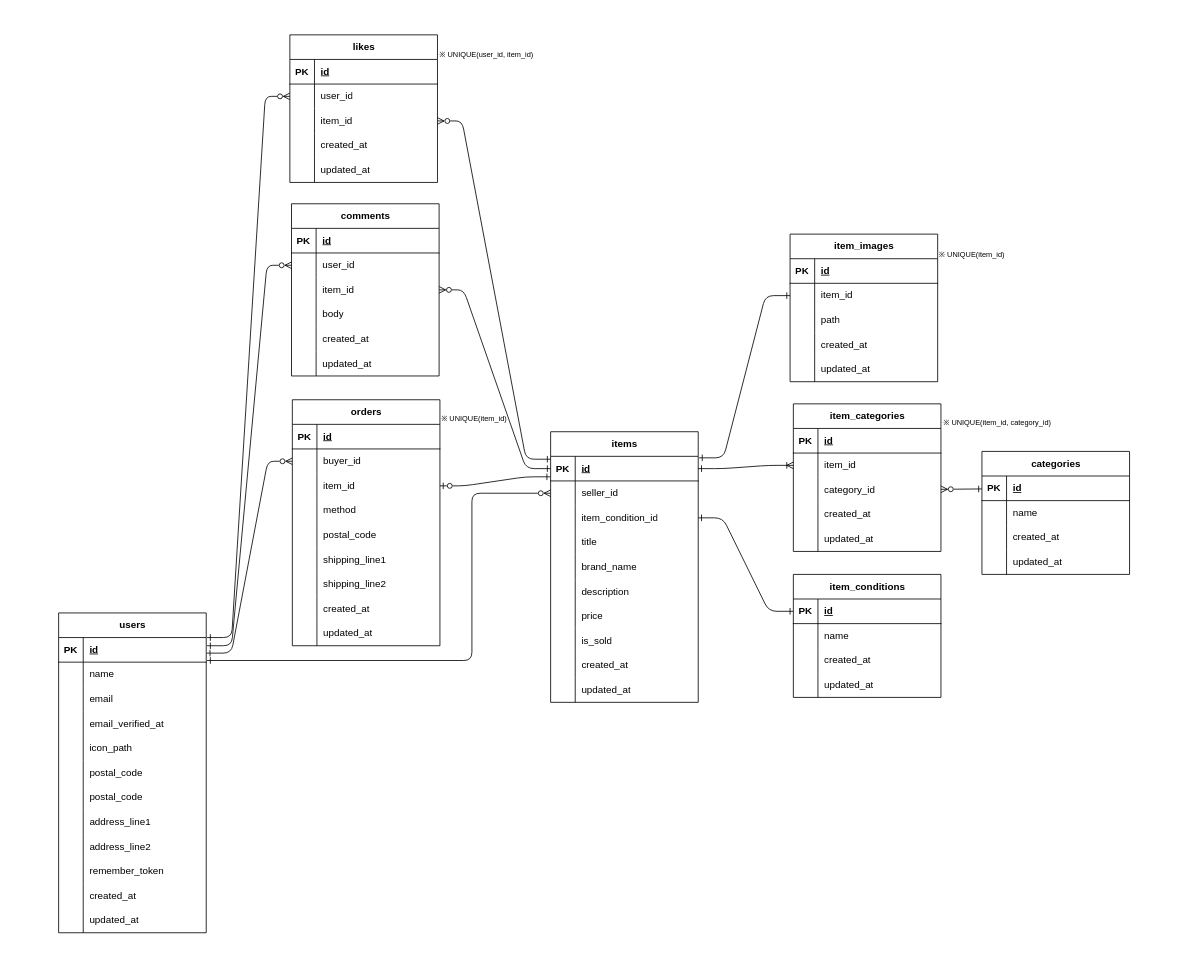
Earlier version of the draw.io diagram er.drawio (marikoinukai/mock1-flea-market). Source tidied: cells renumbered, new cells numbered last; positions are measured from the earlier drawing's top-left corner, leaving out a move shared by most shapes. Both pictures are drawn from the tidied source at 82%, with x=0, y=0 at pixel (14, -357).
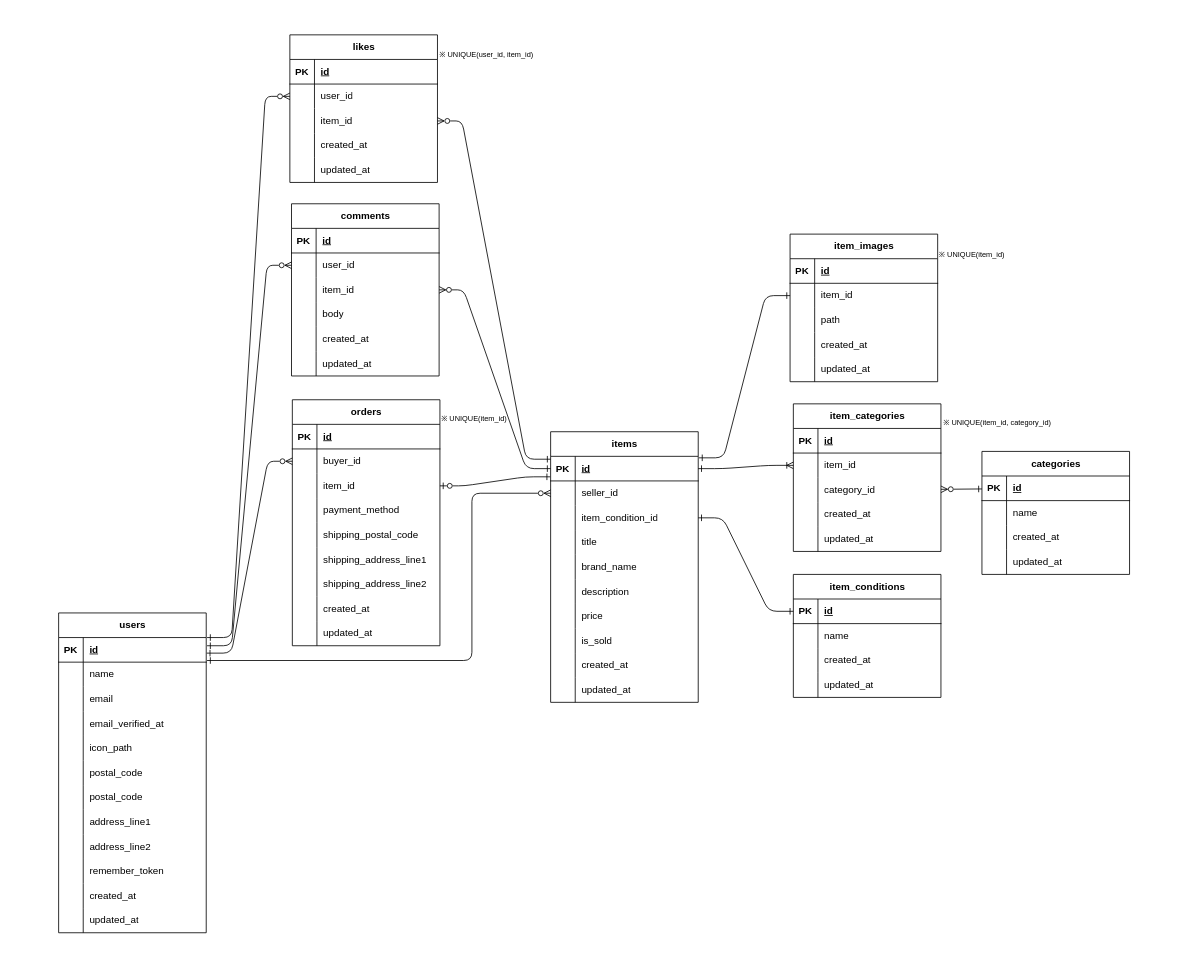
Above is the later version.

The change refers to these unchanged cells:
```xml
<mxCell id="140" style="shape=tableRow;horizontal=0;startSize=0;swimlaneHead=0;swimlaneBody=0;fillColor=none;top=0;left=0;right=0;bottom=0;" parent="130" vertex="1">
  <mxGeometry y="120" width="180" height="30" as="geometry" />
</mxCell>
<mxCell id="143" style="shape=tableRow;horizontal=0;startSize=0;swimlaneHead=0;swimlaneBody=0;fillColor=none;top=0;left=0;right=0;bottom=0;" parent="130" vertex="1">
  <mxGeometry y="150" width="180" height="30" as="geometry" />
</mxCell>
<mxCell id="146" style="shape=tableRow;horizontal=0;startSize=0;swimlaneHead=0;swimlaneBody=0;fillColor=none;top=0;left=0;right=0;bottom=0;" parent="130" vertex="1">
  <mxGeometry y="180" width="180" height="30" as="geometry" />
</mxCell>
<mxCell id="149" style="shape=tableRow;horizontal=0;startSize=0;swimlaneHead=0;swimlaneBody=0;fillColor=none;top=0;left=0;right=0;bottom=0;" parent="130" vertex="1">
  <mxGeometry y="210" width="180" height="30" as="geometry" />
</mxCell>
```

What changed in the source:
```diff
@@
-    <mxCell id="142" value="method" style="shape=partialRectangle;fillColor=none;top=0;left=0;bottom=0;right=0;align=left;spacingLeft=6;overflow=hidden;whiteSpace=wrap;html=1;" parent="140" vertex="1">
+    <mxCell id="142" value="payment_method" style="shape=partialRectangle;fillColor=none;top=0;left=0;bottom=0;right=0;align=left;spacingLeft=6;overflow=hidden;whiteSpace=wrap;html=1;" parent="140" vertex="1">
       <mxGeometry x="30" width="150" height="30" as="geometry" />
     </mxCell>
@@
-    <mxCell id="145" value="postal_code" style="shape=partialRectangle;fillColor=none;top=0;left=0;bottom=0;right=0;align=left;spacingLeft=6;overflow=hidden;whiteSpace=wrap;html=1;" parent="143" vertex="1">
+    <mxCell id="145" value="shipping_postal_code" style="shape=partialRectangle;fillColor=none;top=0;left=0;bottom=0;right=0;align=left;spacingLeft=6;overflow=hidden;whiteSpace=wrap;html=1;" parent="143" vertex="1">
       <mxGeometry x="30" width="150" height="30" as="geometry" />
     </mxCell>
@@
-    <mxCell id="148" value="shipping_line1" style="shape=partialRectangle;fillColor=none;top=0;left=0;bottom=0;right=0;align=left;spacingLeft=6;overflow=hidden;whiteSpace=wrap;html=1;" parent="146" vertex="1">
+    <mxCell id="148" value="shipping_address_line1" style="shape=partialRectangle;fillColor=none;top=0;left=0;bottom=0;right=0;align=left;spacingLeft=6;overflow=hidden;whiteSpace=wrap;html=1;" parent="146" vertex="1">
       <mxGeometry x="30" width="150" height="30" as="geometry" />
     </mxCell>
@@
-    <mxCell id="151" value="shipping_line2" style="shape=partialRectangle;fillColor=none;top=0;left=0;bottom=0;right=0;align=left;spacingLeft=6;overflow=hidden;whiteSpace=wrap;html=1;" parent="149" vertex="1">
+    <mxCell id="151" value="shipping_address_line2" style="shape=partialRectangle;fillColor=none;top=0;left=0;bottom=0;right=0;align=left;spacingLeft=6;overflow=hidden;whiteSpace=wrap;html=1;" parent="149" vertex="1">
       <mxGeometry x="30" width="150" height="30" as="geometry" />
     </mxCell>
```
